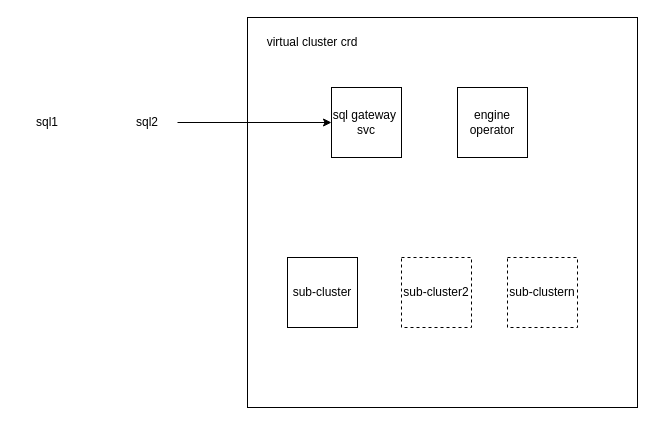
Before: mpp弹性标准.drawio in yuhuali1989/ui, a draw.io diagram. Source tidied: cells renumbered, new cells numbered last; positions are measured from the earlier drawing's top-left corner, leaving out a move shared by most shapes. Both pictures are drawn from the tidied source at 100%, with x=0, y=0 at pixel (17, 17).
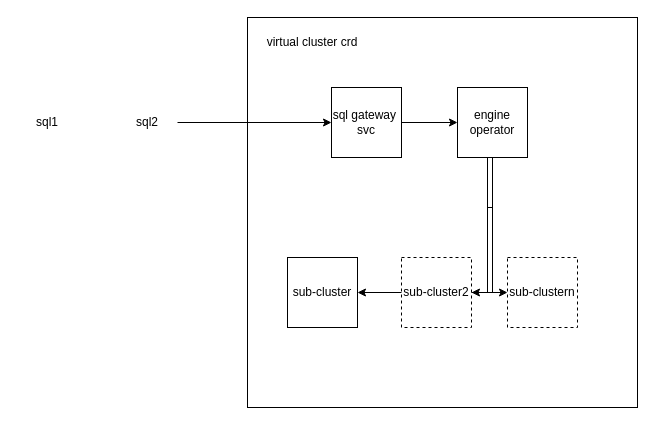
After the change.

What changed in the source:
```diff
@@
 <mxGraphModel>
   <root>
     <mxCell id="0" />
     <mxCell id="1" parent="0" />
     <mxCell id="2" style="whiteSpace=wrap;html=1;" parent="1" vertex="1">
       <mxGeometry x="230" width="390" height="390" as="geometry" />
     </mxCell>
+    <mxCell id="12" style="edgeStyle=orthogonalEdgeStyle;rounded=0;jettySize=auto;html=1;entryX=0;entryY=0.5;entryDx=0;entryDy=0;" parent="1" edge="1" source="3" target="5">
+      <mxGeometry relative="1" as="geometry" />
+    </mxCell>
     <mxCell id="3" value="sql gateway&amp;nbsp;&lt;br&gt;svc" style="whiteSpace=wrap;html=1;" parent="1" vertex="1">
       <mxGeometry x="314" y="70" width="70" height="70" as="geometry" />
     </mxCell>
     <mxCell id="4" value="virtual cluster crd" style="text;html=1;strokeColor=none;fillColor=none;align=center;verticalAlign=middle;whiteSpace=wrap;rounded=0;" parent="1" vertex="1">
       <mxGeometry x="240" y="10" width="110" height="30" as="geometry" />
     </mxCell>
+    <mxCell id="13" style="edgeStyle=orthogonalEdgeStyle;rounded=0;jettySize=auto;html=1;entryX=1;entryY=0.5;entryDx=0;entryDy=0;" parent="1" edge="1" source="5" target="6">
+      <mxGeometry relative="1" as="geometry">
+        <Array as="points">
+          <mxPoint x="470" y="275" />
+        </Array>
+      </mxGeometry>
+    </mxCell>
+    <mxCell id="14" style="edgeStyle=orthogonalEdgeStyle;rounded=0;jettySize=auto;html=1;entryX=1;entryY=0.5;entryDx=0;entryDy=0;" parent="1" edge="1" source="5" target="7">
+      <mxGeometry relative="1" as="geometry" />
+    </mxCell>
+    <mxCell id="15" style="edgeStyle=orthogonalEdgeStyle;rounded=0;jettySize=auto;html=1;entryX=0;entryY=0.5;entryDx=0;entryDy=0;" parent="1" edge="1" source="5" target="8">
+      <mxGeometry relative="1" as="geometry" />
+    </mxCell>
     <mxCell id="5" value="engine operator" style="whiteSpace=wrap;html=1;" parent="1" vertex="1">
       <mxGeometry x="440" y="70" width="70" height="70" as="geometry" />
     </mxCell>
     <mxCell id="6" value="sub-cluster" style="whiteSpace=wrap;html=1;" parent="1" vertex="1">
       <mxGeometry x="270" y="240" width="70" height="70" as="geometry" />
     </mxCell>
     <mxCell id="7" value="sub-cluster2" style="whiteSpace=wrap;html=1;dashed=1;" parent="1" vertex="1">
       <mxGeometry x="384" y="240" width="70" height="70" as="geometry" />
     </mxCell>
     <mxCell id="8" value="sub-clustern" style="whiteSpace=wrap;html=1;dashed=1;" parent="1" vertex="1">
       <mxGeometry x="490" y="240" width="70" height="70" as="geometry" />
     </mxCell>
     <mxCell id="9" value="sql1" style="text;html=1;strokeColor=none;fillColor=none;align=center;verticalAlign=middle;whiteSpace=wrap;rounded=0;dashed=1;" parent="1" vertex="1">
       <mxGeometry y="90" width="60" height="30" as="geometry" />
     </mxCell>
     <mxCell id="10" style="edgeStyle=orthogonalEdgeStyle;rounded=0;jettySize=auto;html=1;" parent="1" edge="1" source="11" target="3">
       <mxGeometry relative="1" as="geometry" />
     </mxCell>
     <mxCell id="11" value="sql2" style="text;html=1;strokeColor=none;fillColor=none;align=center;verticalAlign=middle;whiteSpace=wrap;rounded=0;dashed=1;" parent="1" vertex="1">
       <mxGeometry x="100" y="90" width="60" height="30" as="geometry" />
     </mxCell>
   </root>
 </mxGraphModel>
```
